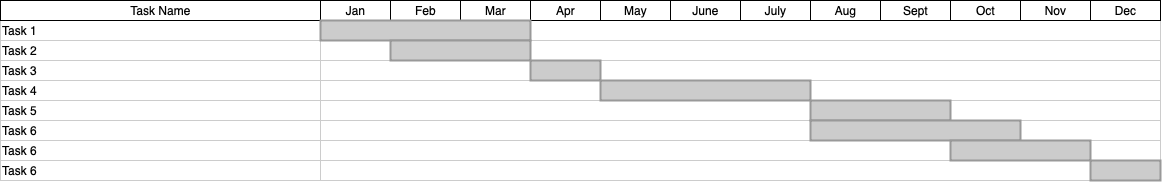
Above: GANTT.drawio.png in CrossMediaProject/Template (draw.io), before the change. Source tidied: cells renumbered, new cells last; positions are measured from the earlier drawing's top-left corner, leaving out a move shared by most shapes. Its diagram source:
```xml
<mxGraphModel>
  <root>
    <mxCell id="0" style="html=1;" />
    <mxCell id="1" style="html=1;" parent="0" />
    <mxCell id="2" value="Task 1" style="align=left;strokeColor=#CCCCCC;html=1;" parent="1" vertex="1">
      <mxGeometry y="20" width="320" height="20" as="geometry" />
    </mxCell>
    <mxCell id="3" value="Task 2" style="align=left;strokeColor=#CCCCCC;html=1;" parent="1" vertex="1">
      <mxGeometry y="40" width="320" height="20" as="geometry" />
    </mxCell>
    <mxCell id="4" value="Task 3" style="align=left;strokeColor=#CCCCCC;html=1;" parent="1" vertex="1">
      <mxGeometry y="60" width="320" height="20" as="geometry" />
    </mxCell>
    <mxCell id="5" value="Task 4" style="align=left;strokeColor=#CCCCCC;html=1;" parent="1" vertex="1">
      <mxGeometry y="80" width="320" height="20" as="geometry" />
    </mxCell>
    <mxCell id="6" value="Task 5" style="align=left;strokeColor=#CCCCCC;html=1;" parent="1" vertex="1">
      <mxGeometry y="100" width="320" height="20" as="geometry" />
    </mxCell>
    <mxCell id="7" value="Task 6" style="align=left;strokeColor=#CCCCCC;html=1;" parent="1" vertex="1">
      <mxGeometry y="120" width="320" height="20" as="geometry" />
    </mxCell>
    <mxCell id="8" value="Task Name" style="strokeWidth=1;fontStyle=0;html=1;" parent="1" vertex="1">
      <mxGeometry width="320" height="20" as="geometry" />
    </mxCell>
    <mxCell id="9" value="Task 6" style="align=left;strokeColor=#CCCCCC;html=1;" parent="1" vertex="1">
      <mxGeometry y="140" width="320" height="20" as="geometry" />
    </mxCell>
    <mxCell id="10" value="Task 6" style="align=left;strokeColor=#CCCCCC;html=1;" parent="1" vertex="1">
      <mxGeometry y="160" width="320" height="20" as="geometry" />
    </mxCell>
    <mxCell id="11" style="align=left;strokeColor=#CCCCCC;html=1;" parent="1" vertex="1">
      <mxGeometry x="320" y="20" width="840" height="20" as="geometry" />
    </mxCell>
    <mxCell id="12" value="Jan" style="strokeWidth=1;fontStyle=0;html=1;" parent="1" vertex="1">
      <mxGeometry x="320" width="70" height="20" as="geometry" />
    </mxCell>
    <mxCell id="13" value="Feb" style="strokeWidth=1;fontStyle=0;html=1;" parent="1" vertex="1">
      <mxGeometry x="390" width="70" height="20" as="geometry" />
    </mxCell>
    <mxCell id="14" value="Mar" style="strokeWidth=1;fontStyle=0;html=1;" parent="1" vertex="1">
      <mxGeometry x="460" width="70" height="20" as="geometry" />
    </mxCell>
    <mxCell id="15" value="Apr" style="strokeWidth=1;fontStyle=0;html=1;" parent="1" vertex="1">
      <mxGeometry x="530" width="70" height="20" as="geometry" />
    </mxCell>
    <mxCell id="16" value="May" style="strokeWidth=1;fontStyle=0;html=1;" parent="1" vertex="1">
      <mxGeometry x="600" width="70" height="20" as="geometry" />
    </mxCell>
    <mxCell id="17" value="June" style="strokeWidth=1;fontStyle=0;html=1;" parent="1" vertex="1">
      <mxGeometry x="670" width="70" height="20" as="geometry" />
    </mxCell>
    <mxCell id="18" value="July" style="strokeWidth=1;fontStyle=0;html=1;" parent="1" vertex="1">
      <mxGeometry x="740" width="70" height="20" as="geometry" />
    </mxCell>
    <mxCell id="19" value="Aug" style="strokeWidth=1;fontStyle=0;html=1;" parent="1" vertex="1">
      <mxGeometry x="810" width="70" height="20" as="geometry" />
    </mxCell>
    <mxCell id="20" value="Sept" style="strokeWidth=1;fontStyle=0;html=1;" parent="1" vertex="1">
      <mxGeometry x="880" width="70" height="20" as="geometry" />
    </mxCell>
    <mxCell id="21" value="Oct" style="strokeWidth=1;fontStyle=0;html=1;" parent="1" vertex="1">
      <mxGeometry x="950" width="70" height="20" as="geometry" />
    </mxCell>
    <mxCell id="22" value="Nov" style="strokeWidth=1;fontStyle=0;html=1;" parent="1" vertex="1">
      <mxGeometry x="1020" width="70" height="20" as="geometry" />
    </mxCell>
    <mxCell id="23" value="Dec" style="strokeWidth=1;fontStyle=0;html=1;" parent="1" vertex="1">
      <mxGeometry x="1090" width="70" height="20" as="geometry" />
    </mxCell>
    <mxCell id="24" style="align=left;strokeColor=#CCCCCC;html=1;" parent="1" vertex="1">
      <mxGeometry x="320" y="40" width="840" height="20" as="geometry" />
    </mxCell>
    <mxCell id="25" style="align=left;strokeColor=#CCCCCC;html=1;" parent="1" vertex="1">
      <mxGeometry x="320" y="60" width="840" height="20" as="geometry" />
    </mxCell>
    <mxCell id="26" style="align=left;strokeColor=#CCCCCC;html=1;" parent="1" vertex="1">
      <mxGeometry x="320" y="80" width="840" height="20" as="geometry" />
    </mxCell>
    <mxCell id="27" style="align=left;strokeColor=#CCCCCC;html=1;" parent="1" vertex="1">
      <mxGeometry x="320" y="100" width="840" height="20" as="geometry" />
    </mxCell>
    <mxCell id="28" style="align=left;strokeColor=#CCCCCC;html=1;" parent="1" vertex="1">
      <mxGeometry x="320" y="120" width="840" height="20" as="geometry" />
    </mxCell>
    <mxCell id="29" style="align=left;strokeColor=#CCCCCC;html=1;" parent="1" vertex="1">
      <mxGeometry x="320" y="140" width="840" height="20" as="geometry" />
    </mxCell>
    <mxCell id="30" style="align=left;strokeColor=#CCCCCC;html=1;" parent="1" vertex="1">
      <mxGeometry x="320" y="160" width="840" height="20" as="geometry" />
    </mxCell>
    <mxCell id="31" style="whiteSpace=wrap;html=1;strokeWidth=2;fillColor=#CCCCCC;gradientColor=none;fontSize=14;align=center;strokeColor=#999999;" parent="1" vertex="1">
      <mxGeometry x="320" y="20" width="210" height="20" as="geometry" />
    </mxCell>
    <mxCell id="32" style="whiteSpace=wrap;html=1;strokeWidth=2;fillColor=#CCCCCC;gradientColor=none;fontSize=14;align=center;strokeColor=#999999;" parent="1" vertex="1">
      <mxGeometry x="390" y="40" width="140" height="20" as="geometry" />
    </mxCell>
    <mxCell id="33" style="whiteSpace=wrap;html=1;strokeWidth=2;fillColor=#CCCCCC;gradientColor=none;fontSize=14;align=center;strokeColor=#999999;" parent="1" vertex="1">
      <mxGeometry x="530" y="60" width="70" height="20" as="geometry" />
    </mxCell>
    <mxCell id="34" style="whiteSpace=wrap;html=1;strokeWidth=2;fillColor=#CCCCCC;gradientColor=none;fontSize=14;align=center;strokeColor=#999999;" parent="1" vertex="1">
      <mxGeometry x="600" y="80" width="210" height="20" as="geometry" />
    </mxCell>
    <mxCell id="35" style="whiteSpace=wrap;html=1;strokeWidth=2;fillColor=#CCCCCC;gradientColor=none;fontSize=14;align=center;strokeColor=#999999;" parent="1" vertex="1">
      <mxGeometry x="810" y="100" width="140" height="20" as="geometry" />
    </mxCell>
    <mxCell id="36" style="whiteSpace=wrap;html=1;strokeWidth=2;fillColor=#CCCCCC;gradientColor=none;fontSize=14;align=center;strokeColor=#999999;" parent="1" vertex="1">
      <mxGeometry x="810" y="120" width="210" height="20" as="geometry" />
    </mxCell>
    <mxCell id="37" style="whiteSpace=wrap;html=1;strokeWidth=2;fillColor=#CCCCCC;gradientColor=none;fontSize=14;align=center;strokeColor=#999999;" parent="1" vertex="1">
      <mxGeometry x="950" y="140" width="140" height="20" as="geometry" />
    </mxCell>
    <mxCell id="38" style="whiteSpace=wrap;html=1;strokeWidth=2;fillColor=#CCCCCC;gradientColor=none;fontSize=14;align=center;strokeColor=#999999;" parent="1" vertex="1">
      <mxGeometry x="1090" y="160" width="70" height="20" as="geometry" />
    </mxCell>
  </root>
</mxGraphModel>
```
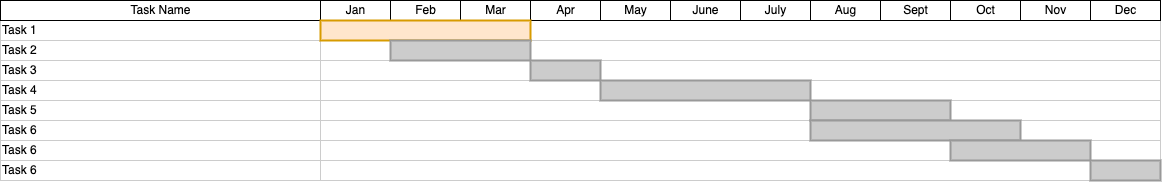
The same file after the commit.

Diff of the diagram source:
```diff
@@ -89,7 +89,7 @@
     <mxCell id="30" style="align=left;strokeColor=#CCCCCC;html=1;" parent="1" vertex="1">
       <mxGeometry x="320" y="160" width="840" height="20" as="geometry" />
     </mxCell>
-    <mxCell id="31" style="whiteSpace=wrap;html=1;strokeWidth=2;fillColor=#CCCCCC;gradientColor=none;fontSize=14;align=center;strokeColor=#999999;" parent="1" vertex="1">
+    <mxCell id="31" style="whiteSpace=wrap;html=1;strokeWidth=2;fillColor=#ffe6cc;fontSize=14;align=center;strokeColor=#d79b00;" parent="1" vertex="1">
       <mxGeometry x="320" y="20" width="210" height="20" as="geometry" />
     </mxCell>
     <mxCell id="32" style="whiteSpace=wrap;html=1;strokeWidth=2;fillColor=#CCCCCC;gradientColor=none;fontSize=14;align=center;strokeColor=#999999;" parent="1" vertex="1">
```
